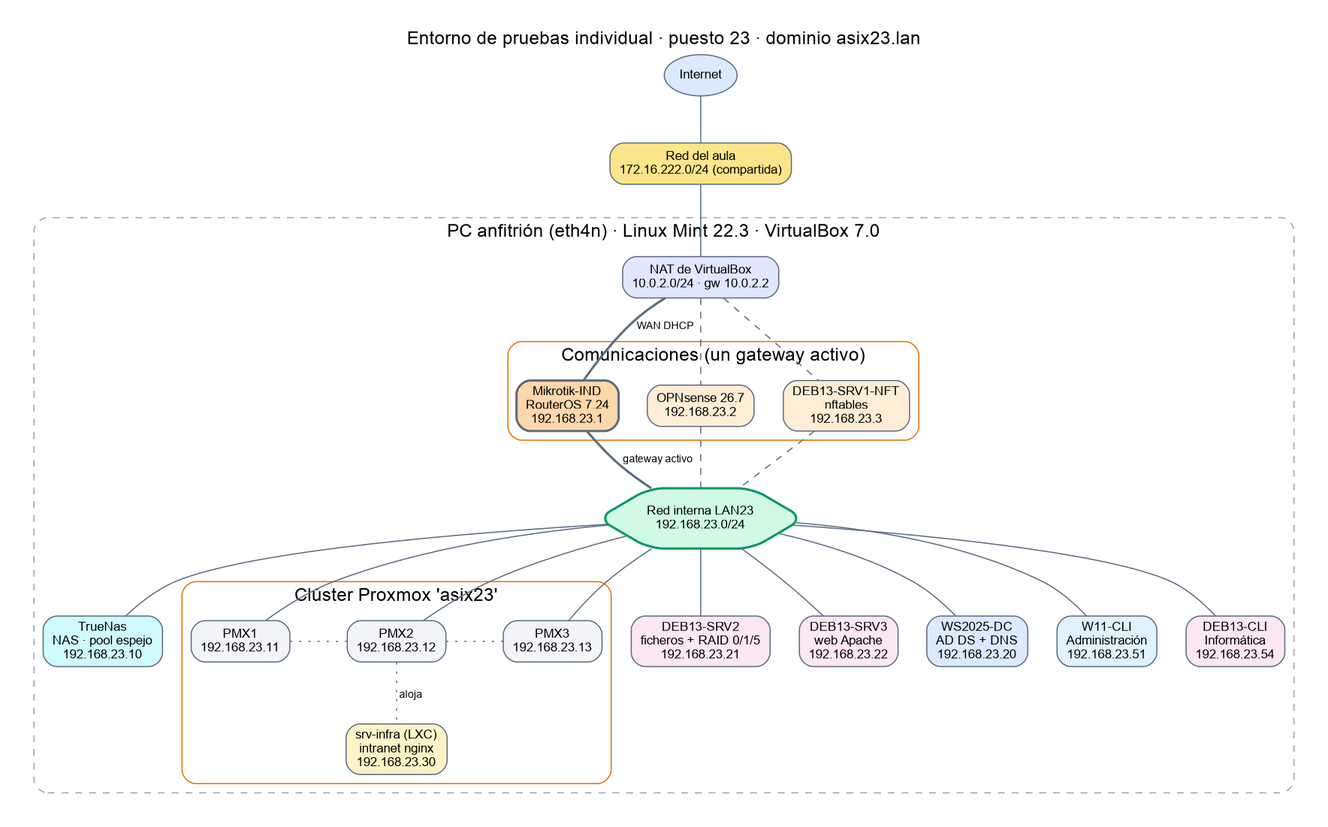
Earlier version of the Graphviz export diagrames/esquema-red.png (ethan3232/iso-naix-un-sistema-individual). Its source is kept beside it as diagrames/esquema-red.dot.
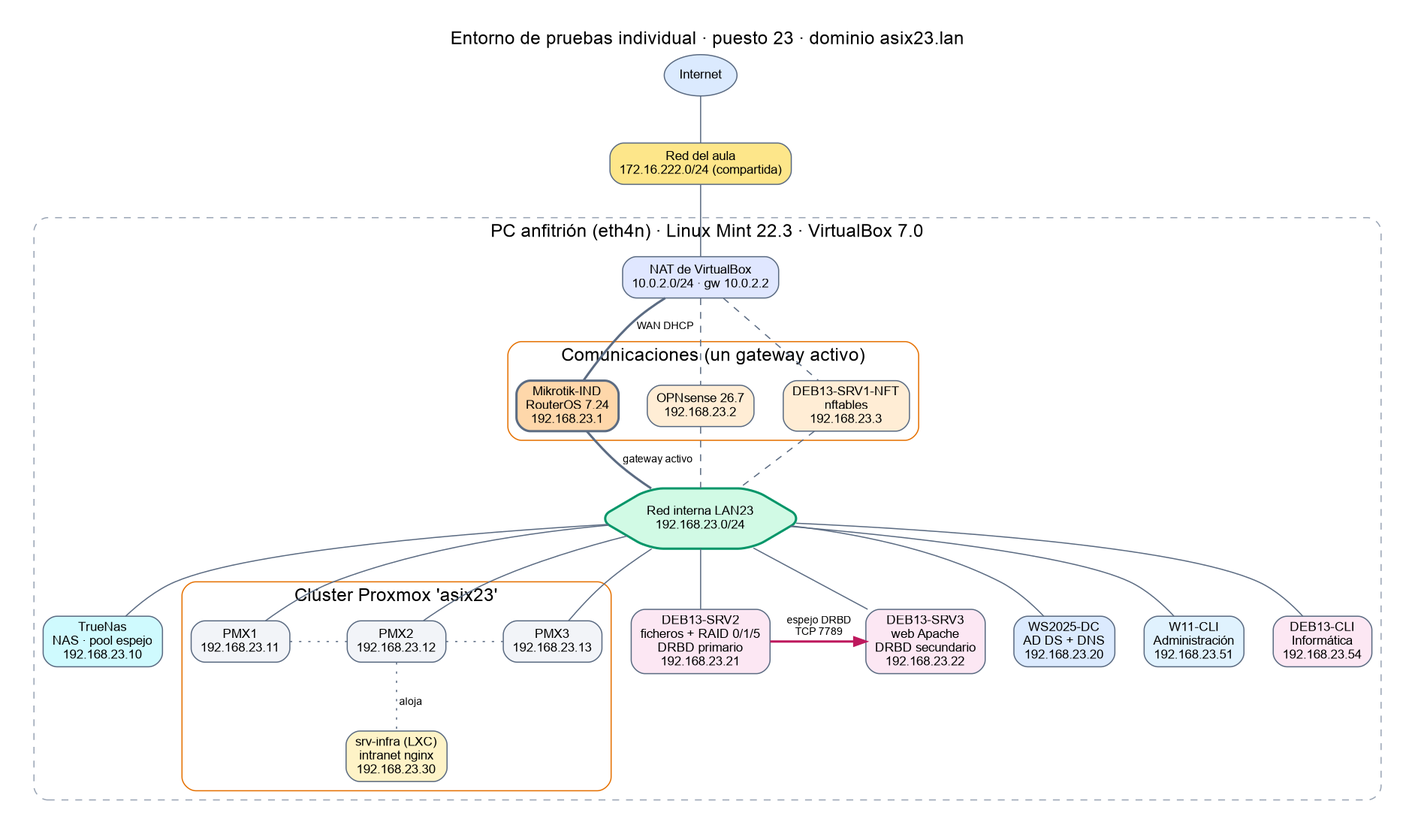
Later version of the same file.

The edit, as a diff of the source:
```diff
@@ -19,8 +19,8 @@
       p1 [label="PMX1\n192.168.23.11"]; p2 [label="PMX2\n192.168.23.12"]; p3 [label="PMX3\n192.168.23.13"];
       ct [label="srv-infra (LXC)\nintranet nginx\n192.168.23.30", fillcolor="#fef3c7"];
     }
-    s2  [label="DEB13-SRV2\nficheros + RAID 0/1/5\n192.168.23.21", fillcolor="#fce7f3"];
-    s3  [label="DEB13-SRV3\nweb Apache\n192.168.23.22", fillcolor="#fce7f3"];
+    s2  [label="DEB13-SRV2\nficheros + RAID 0/1/5\nDRBD primario\n192.168.23.21", fillcolor="#fce7f3"];
+    s3  [label="DEB13-SRV3\nweb Apache\nDRBD secundario\n192.168.23.22", fillcolor="#fce7f3"];
     dc  [label="WS2025-DC\nAD DS + DNS\n192.168.23.20", fillcolor="#dbeafe"];
     w11 [label="W11-CLI\nAdministración\n192.168.23.51", fillcolor="#e0f2fe"];
     dcl [label="DEB13-CLI\nInformática\n192.168.23.54", fillcolor="#fce7f3"];
@@ -30,5 +30,6 @@
   mk -> sw [penwidth=2, label=" gateway activo"]; opn -> sw [style=dashed]; deb -> sw [style=dashed];
   sw -> nas; sw -> p1; sw -> p2; sw -> p3; sw -> dc; sw -> w11; sw -> dcl; sw -> s2; sw -> s3;
   p2 -> ct [style=dotted, label=" aloja"];
+  s2 -> s3 [dir=forward, arrowhead=normal, arrowtail=none, color="#be185d", penwidth=2, constraint=false, label=" espejo DRBD\n TCP 7789"];
   p1 -> p2 [style=dotted, constraint=false]; p2 -> p3 [style=dotted, constraint=false];
 }
```
